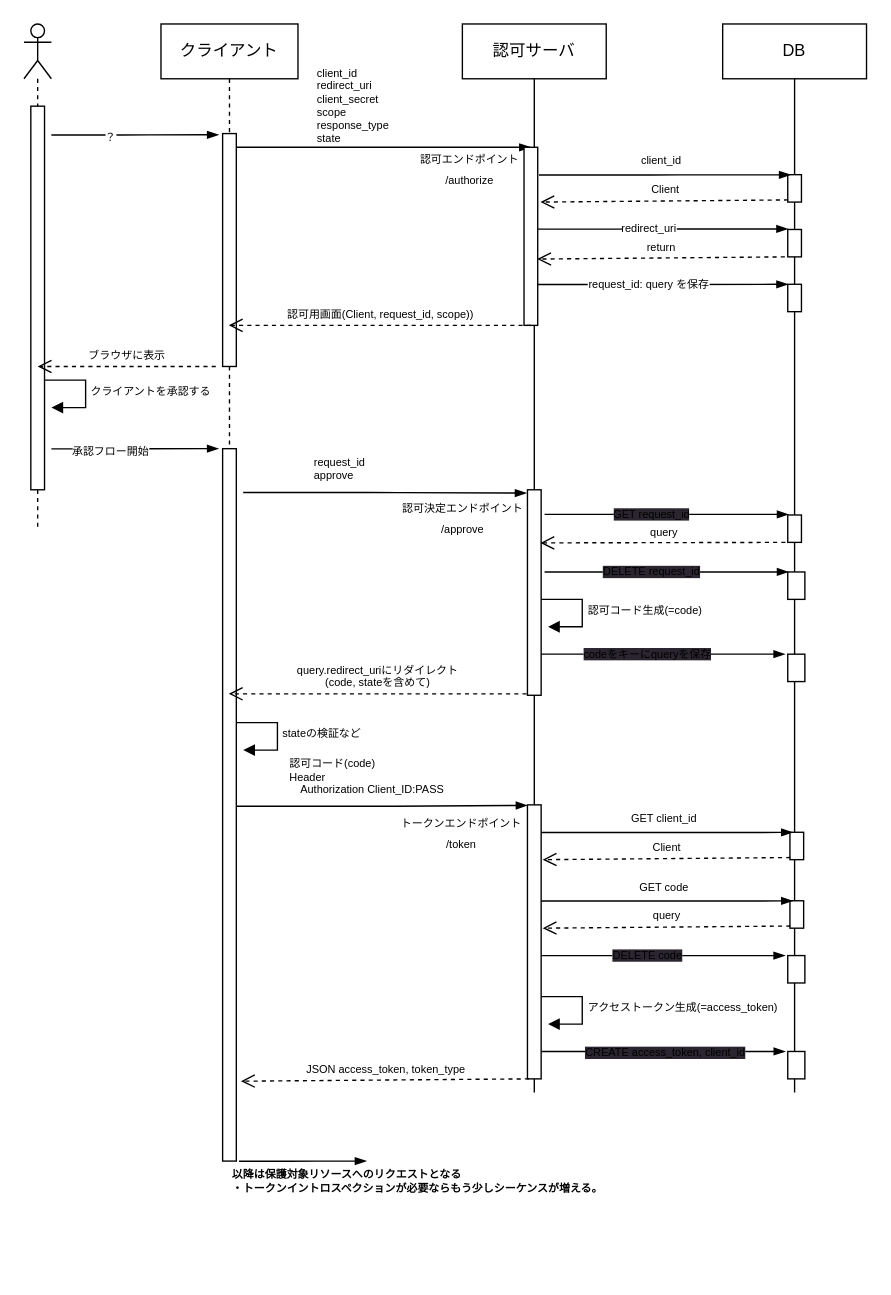
The draw.io diagram Authorization_Code_Flow(authorize_server).drawio in KEN3pei/oauth-hands-on, before the edit. Source tidied: cells renumbered, new cells numbered last; positions are measured from the earlier drawing's top-left corner, leaving out a move shared by most shapes. Both pictures are drawn from the tidied source at 137%, with x=0, y=0 at pixel (23, 23).
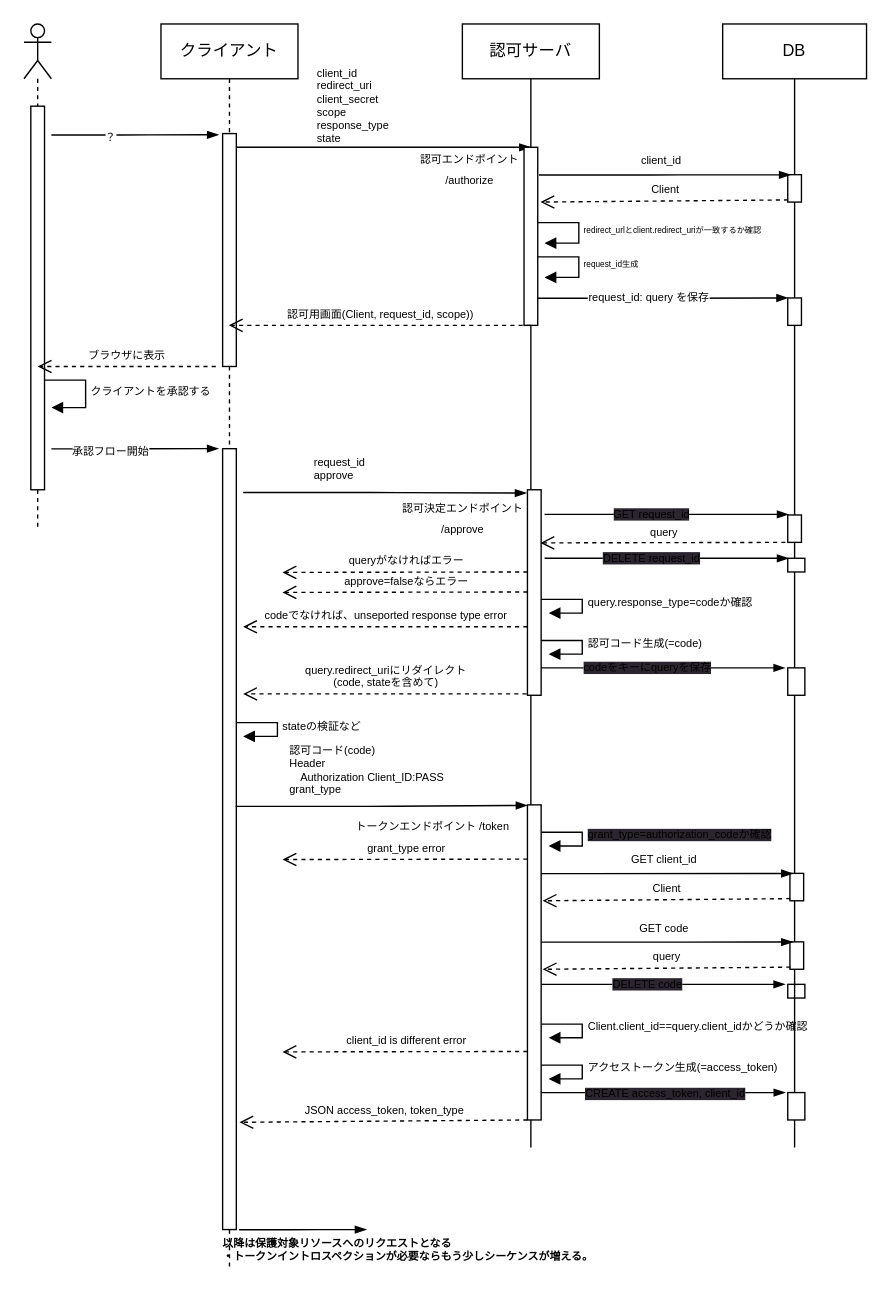
After the change.

Unchanged cells that the change refers to:
```xml
<mxCell id="14" style="html=1;points=[];perimeter=orthogonalPerimeter;" parent="7" vertex="1">
  <mxGeometry x="47.5" y="340" width="10" height="150" as="geometry" />
</mxCell>
```

Change to the diagram source:
```diff
@@
     <mxCell id="2" value="クライアント" style="shape=umlLifeline;perimeter=lifelinePerimeter;whiteSpace=wrap;html=1;outlineConnect=0;" parent="1" vertex="1">
-      <mxGeometry x="100" width="100" height="830" as="geometry" />
+      <mxGeometry x="100" width="100" height="910" as="geometry" />
     </mxCell>
@@
     <mxCell id="5" style="html=1;points=[];perimeter=orthogonalPerimeter;" parent="2" vertex="1">
-      <mxGeometry x="45" y="310" width="10" height="520" as="geometry" />
+      <mxGeometry x="45" y="310" width="10" height="570" as="geometry" />
     </mxCell>
-    <mxCell id="6" value="stateの検証など" style="edgeStyle=orthogonalEdgeStyle;html=1;align=left;spacingLeft=2;endArrow=block;rounded=0;entryX=1;entryY=0;fontSize=8;" parent="2" edge="1">
+    <mxCell id="6" value="stateの検証など" style="edgeStyle=orthogonalEdgeStyle;html=1;align=left;spacingLeft=2;endArrow=block;rounded=0;fontSize=8;" parent="2" edge="1">
       <mxGeometry relative="1" as="geometry">
         <mxPoint x="55" y="510" as="sourcePoint" />
-        <mxPoint x="60" y="530" as="targetPoint" />
+        <mxPoint x="60" y="520" as="targetPoint" />
         <Array as="points">
           <mxPoint x="85" y="510" />
         </Array>
       </mxGeometry>
     </mxCell>
     <mxCell id="7" value="認可サーバ" style="shape=umlLifeline;perimeter=lifelinePerimeter;whiteSpace=wrap;html=1;lifelineDashed=0;" parent="1" vertex="1">
-      <mxGeometry x="320" width="105" height="780" as="geometry" />
+      <mxGeometry x="320" width="100" height="820" as="geometry" />
     </mxCell>
@@
-    <mxCell id="10" style="edgeStyle=elbowEdgeStyle;fontSize=12;html=1;endArrow=blockThin;endFill=1;exitX=1.019;exitY=0.675;exitDx=0;exitDy=0;exitPerimeter=0;entryX=0.212;entryY=0.005;entryDx=0;entryDy=0;entryPerimeter=0;" parent="7" edge="1">
-      <mxGeometry relative="1" as="geometry">
-        <mxPoint x="55" y="149.7" as="sourcePoint" />
-        <mxPoint x="237.7" y="149.6" as="targetPoint" />
-      </mxGeometry>
-    </mxCell>
-    <mxCell id="11" value="redirect_uri" style="edgeLabel;html=1;align=center;verticalAlign=middle;fontSize=8;" parent="10" vertex="1">
-      <mxGeometry x="-0.13" y="1" relative="1" as="geometry" />
-    </mxCell>
     <mxCell id="12" style="edgeStyle=elbowEdgeStyle;fontSize=12;html=1;endArrow=blockThin;endFill=1;exitX=1.019;exitY=0.675;exitDx=0;exitDy=0;exitPerimeter=0;entryX=0.212;entryY=0.005;entryDx=0;entryDy=0;entryPerimeter=0;" parent="7" edge="1">
       <mxGeometry relative="1" as="geometry">
-        <mxPoint x="55" y="190.2" as="sourcePoint" />
-        <mxPoint x="237.7" y="190" as="targetPoint" />
+        <mxPoint x="55" y="200.2" as="sourcePoint" />
+        <mxPoint x="237.7" y="200" as="targetPoint" />
       </mxGeometry>
     </mxCell>
@@
-    <mxCell id="16" value="認可コード生成(=code)" style="edgeStyle=orthogonalEdgeStyle;html=1;align=left;spacingLeft=2;endArrow=block;rounded=0;entryX=1;entryY=0;fontSize=8;" parent="7" edge="1">
+    <mxCell id="16" value="query.response_type=codeか確認" style="edgeStyle=orthogonalEdgeStyle;html=1;align=left;spacingLeft=2;endArrow=block;rounded=0;fontSize=8;" parent="7" edge="1">
       <mxGeometry relative="1" as="geometry">
         <mxPoint x="57.5" y="420" as="sourcePoint" />
-        <mxPoint x="62.5" y="440" as="targetPoint" />
+        <mxPoint x="63" y="430" as="targetPoint" />
         <Array as="points">
           <mxPoint x="87.5" y="420" />
         </Array>
       </mxGeometry>
     </mxCell>
     <mxCell id="17" style="edgeStyle=elbowEdgeStyle;fontSize=12;html=1;endArrow=blockThin;endFill=1;entryX=0.212;entryY=0.005;entryDx=0;entryDy=0;entryPerimeter=0;" parent="7" edge="1">
       <mxGeometry relative="1" as="geometry">
-        <mxPoint x="57.5" y="460" as="sourcePoint" />
-        <mxPoint x="235.6" y="460" as="targetPoint" />
+        <mxPoint x="57.5" y="470" as="sourcePoint" />
+        <mxPoint x="235.6" y="470" as="targetPoint" />
       </mxGeometry>
     </mxCell>
@@
-    <mxCell id="19" value="アクセストークン生成(=access_token)" style="edgeStyle=orthogonalEdgeStyle;html=1;align=left;spacingLeft=2;endArrow=block;rounded=0;entryX=1;entryY=0;fontSize=8;" parent="7" edge="1">
+    <mxCell id="19" value="Client.client_id==query.client_idかどうか確認" style="edgeStyle=orthogonalEdgeStyle;html=1;align=left;spacingLeft=2;endArrow=block;rounded=0;fontSize=8;" parent="7" edge="1">
       <mxGeometry relative="1" as="geometry">
-        <mxPoint x="57.5" y="710" as="sourcePoint" />
-        <mxPoint x="62.5" y="730" as="targetPoint" />
+        <mxPoint x="57.5" y="730" as="sourcePoint" />
+        <mxPoint x="63" y="740" as="targetPoint" />
         <Array as="points">
-          <mxPoint x="87.5" y="710" />
+          <mxPoint x="87.5" y="730" />
         </Array>
       </mxGeometry>
     </mxCell>
+    <mxCell id="70" value="&lt;font style=&quot;font-size: 6px;&quot;&gt;redirect_urlとclient.redirect_uriが一致するか確認&lt;/font&gt;" style="edgeStyle=orthogonalEdgeStyle;html=1;align=left;spacingLeft=2;endArrow=block;rounded=0;fontSize=8;" parent="7" edge="1">
+      <mxGeometry relative="1" as="geometry">
+        <mxPoint x="55" y="145" as="sourcePoint" />
+        <mxPoint x="60" y="160" as="targetPoint" />
+        <Array as="points">
+          <mxPoint x="85" y="145" />
+        </Array>
+      </mxGeometry>
+    </mxCell>
+    <mxCell id="71" value="&lt;font style=&quot;font-size: 6px;&quot;&gt;request_id生成&lt;/font&gt;" style="edgeStyle=orthogonalEdgeStyle;html=1;align=left;spacingLeft=2;endArrow=block;rounded=0;fontSize=8;" parent="7" edge="1">
+      <mxGeometry relative="1" as="geometry">
+        <mxPoint x="55" y="170" as="sourcePoint" />
+        <mxPoint x="60" y="185" as="targetPoint" />
+        <Array as="points">
+          <mxPoint x="85" y="170" />
+        </Array>
+      </mxGeometry>
+    </mxCell>
+    <mxCell id="72" value="approve=falseならエラー" style="html=1;verticalAlign=bottom;endArrow=open;dashed=1;endSize=8;fontSize=8;exitX=0.03;exitY=0.922;exitDx=0;exitDy=0;exitPerimeter=0;entryX=1.018;entryY=0.969;entryDx=0;entryDy=0;entryPerimeter=0;" parent="7" edge="1">
+      <mxGeometry relative="1" as="geometry">
+        <mxPoint x="47.5" y="414.6" as="sourcePoint" />
+        <mxPoint x="-131.3" y="414.9" as="targetPoint" />
+      </mxGeometry>
+    </mxCell>
+    <mxCell id="73" value="認可コード生成(=code)" style="edgeStyle=orthogonalEdgeStyle;html=1;align=left;spacingLeft=2;endArrow=block;rounded=0;fontSize=8;" parent="7" edge="1">
+      <mxGeometry relative="1" as="geometry">
+        <mxPoint x="57.5" y="450" as="sourcePoint" />
+        <mxPoint x="63" y="460" as="targetPoint" />
+        <Array as="points">
+          <mxPoint x="87.5" y="450" />
+        </Array>
+      </mxGeometry>
+    </mxCell>
+    <mxCell id="74" value="codeでなければ、unseported response type error" style="html=1;verticalAlign=bottom;endArrow=open;dashed=1;endSize=8;fontSize=8;exitX=0.03;exitY=0.922;exitDx=0;exitDy=0;exitPerimeter=0;" parent="7" edge="1">
+      <mxGeometry relative="1" as="geometry">
+        <mxPoint x="47.5" y="440" as="sourcePoint" />
+        <mxPoint x="-160" y="440" as="targetPoint" />
+      </mxGeometry>
+    </mxCell>
+    <mxCell id="75" value="&lt;span style=&quot;background-color: rgb(42, 37, 47);&quot;&gt;grant_type=authorization_codeか確認&lt;/span&gt;" style="edgeStyle=orthogonalEdgeStyle;html=1;align=left;spacingLeft=2;endArrow=block;rounded=0;fontSize=8;" parent="7" edge="1">
+      <mxGeometry relative="1" as="geometry">
+        <mxPoint x="57.5" y="590" as="sourcePoint" />
+        <mxPoint x="63" y="600" as="targetPoint" />
+        <Array as="points">
+          <mxPoint x="87.5" y="590" />
+        </Array>
+      </mxGeometry>
+    </mxCell>
+    <mxCell id="76" value="アクセストークン生成(=access_token)" style="edgeStyle=orthogonalEdgeStyle;html=1;align=left;spacingLeft=2;endArrow=block;rounded=0;fontSize=8;" parent="7" edge="1">
+      <mxGeometry relative="1" as="geometry">
+        <mxPoint x="57.5" y="760" as="sourcePoint" />
+        <mxPoint x="63" y="770" as="targetPoint" />
+        <Array as="points">
+          <mxPoint x="87.5" y="760" />
+        </Array>
+      </mxGeometry>
+    </mxCell>
+    <mxCell id="29" style="edgeStyle=elbowEdgeStyle;fontSize=12;html=1;endArrow=blockThin;endFill=1;entryX=0.212;entryY=0.005;entryDx=0;entryDy=0;entryPerimeter=0;" parent="7" edge="1">
+      <mxGeometry relative="1" as="geometry">
+        <mxPoint x="57.5" y="701" as="sourcePoint" />
+        <mxPoint x="235.6" y="701" as="targetPoint" />
+      </mxGeometry>
+    </mxCell>
+    <mxCell id="30" value="&lt;span style=&quot;background-color: rgb(42, 37, 47);&quot;&gt;DELETE code&lt;/span&gt;" style="edgeLabel;html=1;align=center;verticalAlign=middle;fontSize=8;" parent="29" vertex="1">
+      <mxGeometry x="-0.13" y="1" relative="1" as="geometry" />
+    </mxCell>
+    <mxCell id="31" style="html=1;perimeter=orthogonalPerimeter;" parent="7" vertex="1">
+      <mxGeometry x="237.5" y="701" width="12.5" height="10" as="geometry" />
+    </mxCell>
+    <mxCell id="77" value="client_id is different error" style="html=1;verticalAlign=bottom;endArrow=open;dashed=1;endSize=8;fontSize=8;exitX=0.03;exitY=0.922;exitDx=0;exitDy=0;exitPerimeter=0;entryX=1.018;entryY=0.969;entryDx=0;entryDy=0;entryPerimeter=0;" parent="7" edge="1">
+      <mxGeometry relative="1" as="geometry">
+        <mxPoint x="47.5" y="750" as="sourcePoint" />
+        <mxPoint x="-131.3" y="750.3" as="targetPoint" />
+      </mxGeometry>
+    </mxCell>
@@
     <mxCell id="22" value="DB" style="shape=umlLifeline;perimeter=lifelinePerimeter;whiteSpace=wrap;html=1;lifelineDashed=0;" parent="1" vertex="1">
-      <mxGeometry x="510" width="105" height="780" as="geometry" />
+      <mxGeometry x="510" width="105" height="820" as="geometry" />
     </mxCell>
@@
-    <mxCell id="24" style="html=1;perimeter=orthogonalPerimeter;" parent="22" vertex="1">
-      <mxGeometry x="47.5" y="150" width="10" height="20" as="geometry" />
-    </mxCell>
     <mxCell id="25" style="html=1;perimeter=orthogonalPerimeter;" parent="22" vertex="1">
-      <mxGeometry x="47.5" y="190" width="10" height="20" as="geometry" />
+      <mxGeometry x="47.5" y="200" width="10" height="20" as="geometry" />
     </mxCell>
@@
     <mxCell id="27" style="html=1;perimeter=orthogonalPerimeter;" parent="22" vertex="1">
-      <mxGeometry x="47.5" y="400" width="12.5" height="20" as="geometry" />
+      <mxGeometry x="47.5" y="390" width="12.5" height="10" as="geometry" />
     </mxCell>
     <mxCell id="28" style="html=1;perimeter=orthogonalPerimeter;" parent="22" vertex="1">
-      <mxGeometry x="47.5" y="460" width="12.5" height="20" as="geometry" />
+      <mxGeometry x="47.5" y="470" width="12.5" height="20" as="geometry" />
     </mxCell>
-    <mxCell id="29" style="edgeStyle=elbowEdgeStyle;fontSize=12;html=1;endArrow=blockThin;endFill=1;entryX=0.212;entryY=0.005;entryDx=0;entryDy=0;entryPerimeter=0;" parent="22" edge="1">
-      <mxGeometry relative="1" as="geometry">
-        <mxPoint x="-132.5" y="680" as="sourcePoint" />
-        <mxPoint x="45.6" y="680" as="targetPoint" />
-      </mxGeometry>
-    </mxCell>
-    <mxCell id="30" value="&lt;span style=&quot;background-color: rgb(42, 37, 47);&quot;&gt;DELETE code&lt;/span&gt;" style="edgeLabel;html=1;align=center;verticalAlign=middle;fontSize=8;" parent="29" vertex="1">
-      <mxGeometry x="-0.13" y="1" relative="1" as="geometry" />
-    </mxCell>
-    <mxCell id="31" style="html=1;perimeter=orthogonalPerimeter;" parent="22" vertex="1">
-      <mxGeometry x="47.5" y="680" width="12.5" height="20" as="geometry" />
-    </mxCell>
     <mxCell id="32" style="html=1;perimeter=orthogonalPerimeter;" parent="22" vertex="1">
-      <mxGeometry x="47.5" y="750" width="12.5" height="20" as="geometry" />
+      <mxGeometry x="47.5" y="780" width="12.5" height="20" as="geometry" />
     </mxCell>
@@
-    <mxCell id="36" value="return" style="html=1;verticalAlign=bottom;endArrow=open;dashed=1;endSize=8;fontSize=8;exitX=0.03;exitY=0.922;exitDx=0;exitDy=0;exitPerimeter=0;" parent="1" edge="1">
-      <mxGeometry relative="1" as="geometry">
-        <mxPoint x="555.4" y="170" as="sourcePoint" />
-        <mxPoint x="374.6" y="171.6" as="targetPoint" />
-      </mxGeometry>
-    </mxCell>
@@
     <mxCell id="50" style="edgeStyle=elbowEdgeStyle;fontSize=12;html=1;endArrow=blockThin;endFill=1;entryX=0.212;entryY=0.005;entryDx=0;entryDy=0;entryPerimeter=0;" parent="1" edge="1">
       <mxGeometry relative="1" as="geometry">
-        <mxPoint x="380" y="400" as="sourcePoint" />
-        <mxPoint x="558.1" y="400" as="targetPoint" />
+        <mxPoint x="380" y="390" as="sourcePoint" />
+        <mxPoint x="558.1" y="390" as="targetPoint" />
       </mxGeometry>
     </mxCell>
@@
-    <mxCell id="52" value="query.redirect_uriにリダイレクト&lt;br&gt;(code, stateを含めて)" style="html=1;verticalAlign=bottom;endArrow=open;dashed=1;endSize=8;fontSize=8;exitX=-0.062;exitY=0.993;exitDx=0;exitDy=0;exitPerimeter=0;" parent="1" edge="1" source="14" target="2">
-      <mxGeometry relative="1" as="geometry" />
+    <mxCell id="52" value="query.redirect_uriにリダイレクト&lt;br&gt;(code, stateを含めて)" style="html=1;verticalAlign=bottom;endArrow=open;dashed=1;endSize=8;fontSize=8;exitX=-0.062;exitY=0.993;exitDx=0;exitDy=0;exitPerimeter=0;" parent="1" edge="1" source="14">
+      <mxGeometry relative="1" as="geometry">
+        <mxPoint x="160" y="489" as="targetPoint" />
+      </mxGeometry>
     </mxCell>
     <mxCell id="53" style="html=1;perimeter=orthogonalPerimeter;" parent="1" vertex="1">
-      <mxGeometry x="367.5" y="570" width="10" height="200" as="geometry" />
+      <mxGeometry x="367.5" y="570" width="10" height="230" as="geometry" />
     </mxCell>
-    <mxCell id="54" style="edgeStyle=elbowEdgeStyle;fontSize=12;html=1;endArrow=blockThin;endFill=1;entryX=-0.068;entryY=0.016;entryDx=0;entryDy=0;entryPerimeter=0;exitX=1.041;exitY=0.502;exitDx=0;exitDy=0;exitPerimeter=0;" parent="1" edge="1" source="5">
+    <mxCell id="54" style="edgeStyle=elbowEdgeStyle;fontSize=12;html=1;endArrow=blockThin;endFill=1;entryX=-0.068;entryY=0.016;entryDx=0;entryDy=0;entryPerimeter=0;exitX=0.956;exitY=0.458;exitDx=0;exitDy=0;exitPerimeter=0;" parent="1" edge="1" source="5">
       <mxGeometry relative="1" as="geometry">
         <mxPoint x="367.5" y="570.4" as="targetPoint" />
       </mxGeometry>
     </mxCell>
-    <mxCell id="55" value="&lt;div style=&quot;text-align: left;&quot;&gt;&lt;span style=&quot;background-color: initial;&quot;&gt;認可コード(code)&lt;/span&gt;&lt;/div&gt;&lt;div style=&quot;text-align: left;&quot;&gt;&lt;span style=&quot;background-color: initial;&quot;&gt;Header&lt;/span&gt;&lt;/div&gt;&lt;div style=&quot;text-align: left;&quot;&gt;&lt;span style=&quot;background-color: initial;&quot;&gt;　Authorization Client_ID:PASS&lt;/span&gt;&lt;/div&gt;" style="text;html=1;align=center;verticalAlign=middle;strokeColor=none;fillColor=none;fontSize=8;" parent="1" vertex="1">
-      <mxGeometry x="180" y="530" width="140" height="40" as="geometry" />
+    <mxCell id="55" value="&lt;div style=&quot;text-align: left;&quot;&gt;&lt;span style=&quot;background-color: initial;&quot;&gt;認可コード(code)&lt;/span&gt;&lt;/div&gt;&lt;div style=&quot;text-align: left;&quot;&gt;&lt;span style=&quot;background-color: initial;&quot;&gt;Header&lt;/span&gt;&lt;/div&gt;&lt;div style=&quot;text-align: left;&quot;&gt;&lt;span style=&quot;background-color: initial;&quot;&gt;　Authorization Client_ID:PASS&lt;/span&gt;&lt;/div&gt;&lt;div style=&quot;text-align: left;&quot;&gt;&lt;span style=&quot;background-color: initial;&quot;&gt;grant_type&lt;/span&gt;&lt;/div&gt;" style="text;html=1;align=center;verticalAlign=middle;strokeColor=none;fillColor=none;fontSize=8;" parent="1" vertex="1">
+      <mxGeometry x="180" y="520" width="140" height="50" as="geometry" />
     </mxCell>
-    <mxCell id="56" value="&lt;font style=&quot;font-size: 8px;&quot;&gt;トークンエンドポイント&lt;br&gt;/token&lt;br&gt;&lt;/font&gt;" style="text;html=1;align=center;verticalAlign=middle;strokeColor=none;fillColor=none;" parent="1" vertex="1">
-      <mxGeometry x="264" y="570" width="110" height="40" as="geometry" />
+    <mxCell id="56" value="&lt;font style=&quot;font-size: 8px;&quot;&gt;トークンエンドポイント /token&lt;br&gt;&lt;/font&gt;" style="text;html=1;align=center;verticalAlign=middle;strokeColor=none;fillColor=none;" parent="1" vertex="1">
+      <mxGeometry x="227.5" y="570" width="140" height="30" as="geometry" />
     </mxCell>
     <mxCell id="57" style="html=1;points=[];perimeter=orthogonalPerimeter;" parent="1" vertex="1">
-      <mxGeometry x="559.1" y="590" width="10" height="20" as="geometry" />
+      <mxGeometry x="559.1" y="620" width="10" height="20" as="geometry" />
     </mxCell>
     <mxCell id="58" style="edgeStyle=elbowEdgeStyle;fontSize=12;html=1;endArrow=blockThin;endFill=1;entryX=0.212;entryY=0.005;entryDx=0;entryDy=0;entryPerimeter=0;exitX=1.009;exitY=0.63;exitDx=0;exitDy=0;exitPerimeter=0;" parent="1" edge="1" target="57">
       <mxGeometry relative="1" as="geometry">
-        <mxPoint x="377.5" y="590.2" as="sourcePoint" />
+        <mxPoint x="377.5" y="620.2" as="sourcePoint" />
+        <Array as="points">
+          <mxPoint x="400" y="580" />
+        </Array>
       </mxGeometry>
     </mxCell>
     <mxCell id="59" value="GET client_id" style="text;html=1;align=center;verticalAlign=middle;strokeColor=none;fillColor=none;fontSize=8;" parent="1" vertex="1">
-      <mxGeometry x="431.6" y="570" width="70" height="20" as="geometry" />
+      <mxGeometry x="431.6" y="600" width="70" height="20" as="geometry" />
     </mxCell>
     <mxCell id="60" value="Client" style="html=1;verticalAlign=bottom;endArrow=open;dashed=1;endSize=8;fontSize=8;exitX=0.03;exitY=0.922;exitDx=0;exitDy=0;exitPerimeter=0;" parent="1" edge="1" source="57">
       <mxGeometry relative="1" as="geometry">
-        <mxPoint x="378.6" y="610" as="targetPoint" />
+        <mxPoint x="378.6" y="640" as="targetPoint" />
       </mxGeometry>
     </mxCell>
     <mxCell id="61" style="html=1;points=[];perimeter=orthogonalPerimeter;" parent="1" vertex="1">
-      <mxGeometry x="559.1" y="640" width="10" height="20" as="geometry" />
+      <mxGeometry x="559.1" y="670" width="10" height="20" as="geometry" />
     </mxCell>
     <mxCell id="62" style="edgeStyle=elbowEdgeStyle;fontSize=12;html=1;endArrow=blockThin;endFill=1;entryX=0.212;entryY=0.005;entryDx=0;entryDy=0;entryPerimeter=0;exitX=1.009;exitY=0.63;exitDx=0;exitDy=0;exitPerimeter=0;" parent="1" edge="1" target="61">
       <mxGeometry relative="1" as="geometry">
-        <mxPoint x="377.5" y="640.2" as="sourcePoint" />
+        <mxPoint x="377.5" y="670.2" as="sourcePoint" />
       </mxGeometry>
     </mxCell>
     <mxCell id="63" value="GET code" style="text;html=1;align=center;verticalAlign=middle;strokeColor=none;fillColor=none;fontSize=8;" parent="1" vertex="1">
-      <mxGeometry x="436.6" y="620" width="60" height="20" as="geometry" />
+      <mxGeometry x="436.6" y="650" width="60" height="20" as="geometry" />
     </mxCell>
     <mxCell id="64" value="query" style="html=1;verticalAlign=bottom;endArrow=open;dashed=1;endSize=8;fontSize=8;exitX=0.03;exitY=0.922;exitDx=0;exitDy=0;exitPerimeter=0;" parent="1" edge="1" source="61">
       <mxGeometry relative="1" as="geometry">
-        <mxPoint x="378.6" y="660" as="targetPoint" />
+        <mxPoint x="378.6" y="690" as="targetPoint" />
       </mxGeometry>
     </mxCell>
     <mxCell id="65" style="edgeStyle=elbowEdgeStyle;fontSize=12;html=1;endArrow=blockThin;endFill=1;entryX=0.212;entryY=0.005;entryDx=0;entryDy=0;entryPerimeter=0;" parent="1" edge="1">
       <mxGeometry relative="1" as="geometry">
-        <mxPoint x="377.5" y="750" as="sourcePoint" />
-        <mxPoint x="555.7" y="750" as="targetPoint" />
+        <mxPoint x="377.5" y="780" as="sourcePoint" />
+        <mxPoint x="555.7" y="780" as="targetPoint" />
       </mxGeometry>
     </mxCell>
@@
     <mxCell id="67" value="JSON access_token, token_type" style="html=1;verticalAlign=bottom;endArrow=open;dashed=1;endSize=8;fontSize=8;exitX=-0.062;exitY=0.993;exitDx=0;exitDy=0;exitPerimeter=0;entryX=1.168;entryY=0.669;entryDx=0;entryDy=0;entryPerimeter=0;" parent="1" edge="1">
       <mxGeometry relative="1" as="geometry">
-        <mxPoint x="368.6" y="770" as="sourcePoint" />
-        <mxPoint x="158.4" y="771.7" as="targetPoint" />
+        <mxPoint x="367.5" y="800" as="sourcePoint" />
+        <mxPoint x="157.3" y="801.7" as="targetPoint" />
       </mxGeometry>
     </mxCell>
     <mxCell id="68" style="edgeStyle=elbowEdgeStyle;fontSize=12;html=1;endArrow=blockThin;endFill=1;exitX=0.935;exitY=0.521;exitDx=0;exitDy=0;exitPerimeter=0;" parent="1" edge="1">
       <mxGeometry relative="1" as="geometry">
-        <mxPoint x="157" y="830.1" as="sourcePoint" />
-        <mxPoint x="250" y="830" as="targetPoint" />
+        <mxPoint x="157" y="880.1" as="sourcePoint" />
+        <mxPoint x="250" y="880" as="targetPoint" />
       </mxGeometry>
     </mxCell>
     <mxCell id="69" value="&lt;div style=&quot;text-align: left;&quot;&gt;&lt;b style=&quot;background-color: initial;&quot;&gt;以降は保護対象リソースへのリクエストとなる&lt;/b&gt;&lt;/div&gt;&lt;b&gt;&lt;div style=&quot;text-align: left;&quot;&gt;&lt;b style=&quot;background-color: initial;&quot;&gt;・トークンイントロスペクションが必要ならもう少しシーケンスが増える。&lt;/b&gt;&lt;/div&gt;&lt;/b&gt;" style="text;html=1;align=center;verticalAlign=middle;strokeColor=none;fillColor=none;fontSize=8;" parent="1" vertex="1">
-      <mxGeometry x="141.6" y="830" width="290" height="30" as="geometry" />
+      <mxGeometry x="135" y="880" width="290" height="30" as="geometry" />
     </mxCell>
+    <mxCell id="78" value="queryがなければエラー" style="html=1;verticalAlign=bottom;endArrow=open;dashed=1;endSize=8;fontSize=8;exitX=0.03;exitY=0.922;exitDx=0;exitDy=0;exitPerimeter=0;entryX=1.018;entryY=0.969;entryDx=0;entryDy=0;entryPerimeter=0;" parent="1" edge="1">
+      <mxGeometry relative="1" as="geometry">
+        <mxPoint x="367.5" y="400" as="sourcePoint" />
+        <mxPoint x="188.7" y="400.3" as="targetPoint" />
+      </mxGeometry>
+    </mxCell>
+    <mxCell id="79" value="grant_type error" style="html=1;verticalAlign=bottom;endArrow=open;dashed=1;endSize=8;fontSize=8;exitX=0.03;exitY=0.922;exitDx=0;exitDy=0;exitPerimeter=0;entryX=1.018;entryY=0.969;entryDx=0;entryDy=0;entryPerimeter=0;" parent="1" edge="1">
+      <mxGeometry relative="1" as="geometry">
+        <mxPoint x="367.5" y="609.6" as="sourcePoint" />
+        <mxPoint x="188.7" y="609.9" as="targetPoint" />
+      </mxGeometry>
+    </mxCell>
```
